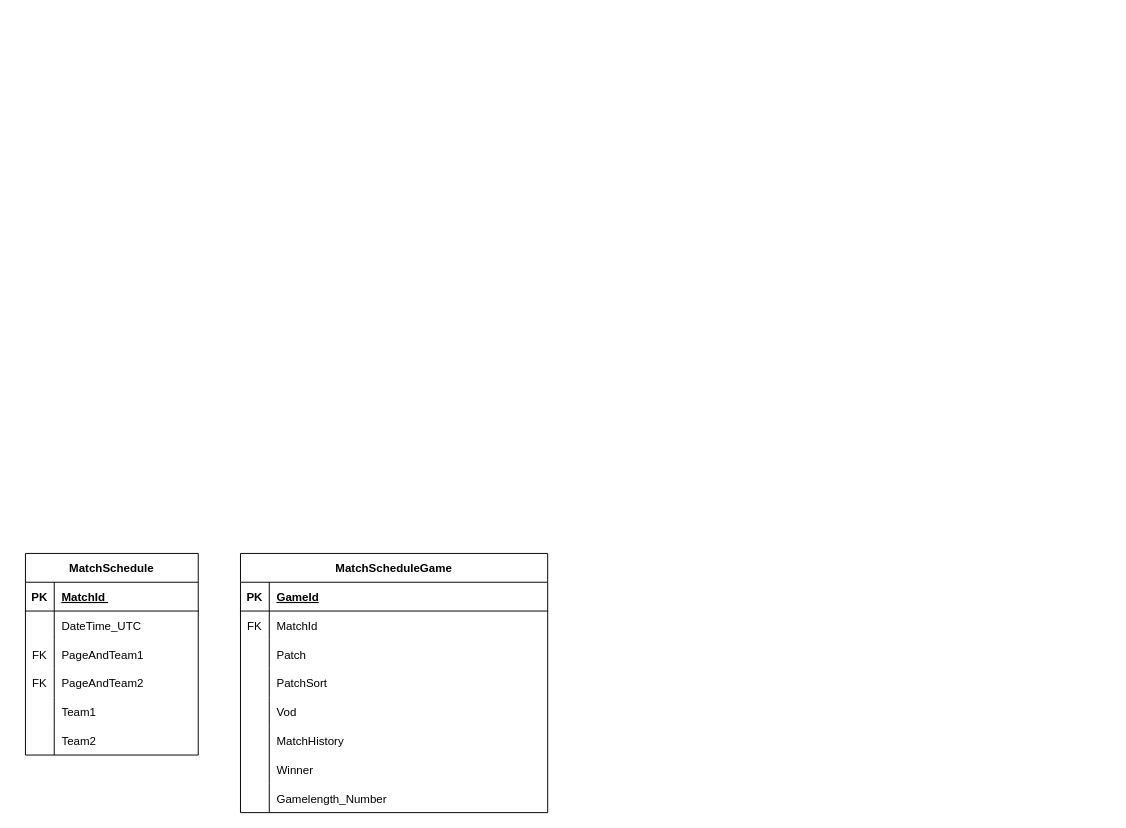
EderReisS/API_LoL keeps this draw.io diagram as Untitled Diagram.drawio. Above is the earlier version. Source tidied: cells renumbered, new cells numbered last; positions are measured from the earlier drawing's top-left corner, leaving out a move shared by most shapes. Both pictures are drawn from the tidied source at 96%, with x=0, y=0 at pixel (25, 553).
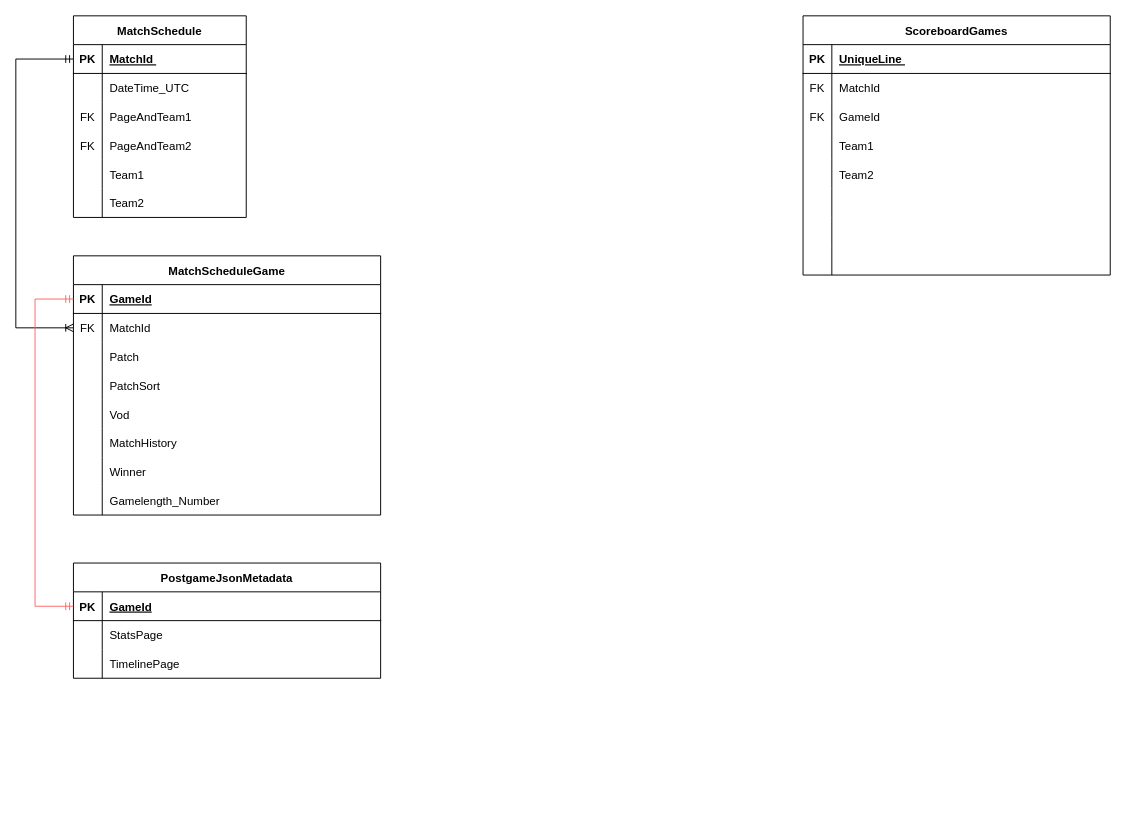
Above is the later version.

Commit message:
APILOL_dashboard

Unchanged cells that the change refers to:
```xml
<mxCell id="3" style="shape=tableRow;horizontal=0;startSize=0;swimlaneHead=0;swimlaneBody=0;fillColor=none;points=[[0,0.5],[1,0.5]];portConstraint=eastwest;top=0;left=0;right=0;bottom=1;" parent="2" vertex="1">
  <mxGeometry y="30" width="180" height="30" as="geometry" />
</mxCell>
<mxCell id="22" style="shape=tableRow;horizontal=0;startSize=0;swimlaneHead=0;swimlaneBody=0;fillColor=none;points=[[0,0.5],[1,0.5]];portConstraint=eastwest;top=0;left=0;right=0;bottom=1;" parent="21" vertex="1">
  <mxGeometry y="30" width="320" height="30" as="geometry" />
</mxCell>
<mxCell id="25" style="shape=tableRow;horizontal=0;startSize=0;swimlaneHead=0;swimlaneBody=0;fillColor=none;points=[[0,0.5],[1,0.5]];portConstraint=eastwest;top=0;left=0;right=0;bottom=0;" parent="21" vertex="1">
  <mxGeometry y="60" width="320" height="30" as="geometry" />
</mxCell>
```

Diff of the diagram source:
```diff
@@
     <mxCell id="2" value="MatchSchedule" style="shape=table;startSize=30;childLayout=tableLayout;rowLines=0;fontStyle=1;align=center;" parent="1" vertex="1">
-      <mxGeometry width="180" height="210" as="geometry" />
+      <mxGeometry x="50" y="-560" width="180" height="210" as="geometry" />
     </mxCell>
@@
     <mxCell id="21" value="MatchScheduleGame" style="shape=table;startSize=30;childLayout=tableLayout;rowLines=0;fontStyle=1;align=center;" parent="1" vertex="1">
-      <mxGeometry x="224" width="320" height="270" as="geometry" />
+      <mxGeometry x="50" y="-310" width="320" height="270" as="geometry" />
     </mxCell>
@@
+    <mxCell id="46" value="PostgameJsonMetadata" style="shape=table;startSize=30;childLayout=tableLayout;rowLines=0;fontStyle=1;align=center;" parent="1" vertex="1">
+      <mxGeometry x="50" y="10" width="320" height="120" as="geometry" />
+    </mxCell>
+    <mxCell id="47" style="shape=tableRow;horizontal=0;startSize=0;swimlaneHead=0;swimlaneBody=0;fillColor=none;points=[[0,0.5],[1,0.5]];portConstraint=eastwest;top=0;left=0;right=0;bottom=1;" parent="46" vertex="1">
+      <mxGeometry y="30" width="320" height="30" as="geometry" />
+    </mxCell>
+    <mxCell id="48" value="PK" style="shape=partialRectangle;fillColor=none;top=0;left=0;bottom=0;right=0;fontStyle=1;overflow=hidden;" parent="47" vertex="1">
+      <mxGeometry width="30" height="30" as="geometry" />
+    </mxCell>
+    <mxCell id="49" value="GameId" style="shape=partialRectangle;fillColor=none;top=0;left=0;bottom=0;right=0;align=left;spacingLeft=6;fontStyle=5;overflow=hidden;" parent="47" vertex="1">
+      <mxGeometry x="30" width="290" height="30" as="geometry" />
+    </mxCell>
+    <mxCell id="50" style="shape=tableRow;horizontal=0;startSize=0;swimlaneHead=0;swimlaneBody=0;fillColor=none;top=0;left=0;right=0;bottom=0;" parent="46" vertex="1">
+      <mxGeometry y="60" width="320" height="30" as="geometry" />
+    </mxCell>
+    <mxCell id="51" style="shape=partialRectangle;fillColor=none;top=0;left=0;bottom=0;right=0;overflow=hidden;" parent="50" vertex="1">
+      <mxGeometry width="30" height="30" as="geometry" />
+    </mxCell>
+    <mxCell id="52" value="StatsPage " style="shape=partialRectangle;fillColor=none;top=0;left=0;bottom=0;right=0;align=left;spacingLeft=6;overflow=hidden;" parent="50" vertex="1">
+      <mxGeometry x="30" width="290" height="30" as="geometry" />
+    </mxCell>
+    <mxCell id="53" style="shape=tableRow;horizontal=0;startSize=0;swimlaneHead=0;swimlaneBody=0;fillColor=none;top=0;left=0;right=0;bottom=0;" parent="46" vertex="1">
+      <mxGeometry y="90" width="320" height="30" as="geometry" />
+    </mxCell>
+    <mxCell id="54" style="shape=partialRectangle;fillColor=none;top=0;left=0;bottom=0;right=0;overflow=hidden;" parent="53" vertex="1">
+      <mxGeometry width="30" height="30" as="geometry" />
+    </mxCell>
+    <mxCell id="55" value="TimelinePage " style="shape=partialRectangle;fillColor=none;top=0;left=0;bottom=0;right=0;align=left;spacingLeft=6;overflow=hidden;" parent="53" vertex="1">
+      <mxGeometry x="30" width="290" height="30" as="geometry" />
+    </mxCell>
+    <mxCell id="56" style="edgeStyle=orthogonalEdgeStyle;fontSize=12;html=1;endArrow=ERoneToMany;startArrow=ERmandOne;rounded=0;entryX=0;entryY=0.5;entryDx=0;entryDy=0;exitX=0;exitY=0.5;exitDx=0;exitDy=0;elbow=vertical;" parent="1" edge="1" source="3" target="25">
+      <mxGeometry relative="1" as="geometry">
+        <Array as="points">
+          <mxPoint x="-10" y="-515" />
+          <mxPoint x="-10" y="-235" />
+        </Array>
+      </mxGeometry>
+    </mxCell>
+    <mxCell id="57" style="edgeStyle=orthogonalEdgeStyle;fontSize=12;html=1;endArrow=ERmandOne;startArrow=ERmandOne;rounded=0;elbow=vertical;entryX=0;entryY=0.5;entryDx=0;entryDy=0;exitX=0;exitY=0.5;exitDx=0;exitDy=0;strokeColor=#FF6666;" parent="1" edge="1" source="47" target="22">
+      <mxGeometry relative="1" as="geometry">
+        <Array as="points">
+          <mxPoint x="10" y="55" />
+          <mxPoint x="10" y="-265" />
+        </Array>
+      </mxGeometry>
+    </mxCell>
+    <mxCell id="58" value="ScoreboardGames" style="shape=table;startSize=30;childLayout=tableLayout;rowLines=0;fontStyle=1;align=center;" parent="1" vertex="1">
+      <mxGeometry x="810" y="-560" width="320" height="270" as="geometry" />
+    </mxCell>
+    <mxCell id="59" style="shape=tableRow;horizontal=0;startSize=0;swimlaneHead=0;swimlaneBody=0;fillColor=none;top=0;left=0;right=0;bottom=1;" parent="58" vertex="1">
+      <mxGeometry y="30" width="320" height="30" as="geometry" />
+    </mxCell>
+    <mxCell id="60" value="PK" style="shape=partialRectangle;fillColor=none;top=0;left=0;bottom=0;right=0;fontStyle=1;overflow=hidden;" parent="59" vertex="1">
+      <mxGeometry width="30" height="30" as="geometry" />
+    </mxCell>
+    <mxCell id="61" value="UniqueLine " style="shape=partialRectangle;fillColor=none;top=0;left=0;bottom=0;right=0;align=left;spacingLeft=6;fontStyle=5;overflow=hidden;" parent="59" vertex="1">
+      <mxGeometry x="30" width="290" height="30" as="geometry" />
+    </mxCell>
+    <mxCell id="62" style="shape=tableRow;horizontal=0;startSize=0;swimlaneHead=0;swimlaneBody=0;fillColor=none;top=0;left=0;right=0;bottom=0;" parent="58" vertex="1">
+      <mxGeometry y="60" width="320" height="30" as="geometry" />
+    </mxCell>
+    <mxCell id="63" value="FK" style="shape=partialRectangle;fillColor=none;top=0;left=0;bottom=0;right=0;overflow=hidden;" parent="62" vertex="1">
+      <mxGeometry width="30" height="30" as="geometry" />
+    </mxCell>
+    <mxCell id="64" value="MatchId" style="shape=partialRectangle;fillColor=none;top=0;left=0;bottom=0;right=0;align=left;spacingLeft=6;overflow=hidden;" parent="62" vertex="1">
+      <mxGeometry x="30" width="290" height="30" as="geometry" />
+    </mxCell>
+    <mxCell id="65" style="shape=tableRow;horizontal=0;startSize=0;swimlaneHead=0;swimlaneBody=0;fillColor=none;top=0;left=0;right=0;bottom=0;" parent="58" vertex="1">
+      <mxGeometry y="90" width="320" height="30" as="geometry" />
+    </mxCell>
+    <mxCell id="66" value="FK" style="shape=partialRectangle;fillColor=none;top=0;left=0;bottom=0;right=0;overflow=hidden;" parent="65" vertex="1">
+      <mxGeometry width="30" height="30" as="geometry" />
+    </mxCell>
+    <mxCell id="67" value="GameId " style="shape=partialRectangle;fillColor=none;top=0;left=0;bottom=0;right=0;align=left;spacingLeft=6;overflow=hidden;" parent="65" vertex="1">
+      <mxGeometry x="30" width="290" height="30" as="geometry" />
+    </mxCell>
+    <mxCell id="68" style="shape=tableRow;horizontal=0;startSize=0;swimlaneHead=0;swimlaneBody=0;fillColor=none;top=0;left=0;right=0;bottom=0;" parent="58" vertex="1">
+      <mxGeometry y="120" width="320" height="30" as="geometry" />
+    </mxCell>
+    <mxCell id="69" style="shape=partialRectangle;fillColor=none;top=0;left=0;bottom=0;right=0;overflow=hidden;" parent="68" vertex="1">
+      <mxGeometry width="30" height="30" as="geometry" />
+    </mxCell>
+    <mxCell id="70" value="Team1" style="shape=partialRectangle;fillColor=none;top=0;left=0;bottom=0;right=0;align=left;spacingLeft=6;overflow=hidden;" parent="68" vertex="1">
+      <mxGeometry x="30" width="290" height="30" as="geometry" />
+    </mxCell>
+    <mxCell id="71" style="shape=tableRow;horizontal=0;startSize=0;swimlaneHead=0;swimlaneBody=0;fillColor=none;top=0;left=0;right=0;bottom=0;" parent="58" vertex="1">
+      <mxGeometry y="150" width="320" height="30" as="geometry" />
+    </mxCell>
+    <mxCell id="72" style="shape=partialRectangle;fillColor=none;top=0;left=0;bottom=0;right=0;overflow=hidden;" parent="71" vertex="1">
+      <mxGeometry width="30" height="30" as="geometry" />
+    </mxCell>
+    <mxCell id="73" value="Team2" style="shape=partialRectangle;fillColor=none;top=0;left=0;bottom=0;right=0;align=left;spacingLeft=6;overflow=hidden;" parent="71" vertex="1">
+      <mxGeometry x="30" width="290" height="30" as="geometry" />
+    </mxCell>
+    <mxCell id="74" style="shape=tableRow;horizontal=0;startSize=0;swimlaneHead=0;swimlaneBody=0;fillColor=none;top=0;left=0;right=0;bottom=0;" parent="58" vertex="1">
+      <mxGeometry y="180" width="320" height="30" as="geometry" />
+    </mxCell>
+    <mxCell id="75" style="shape=partialRectangle;fillColor=none;top=0;left=0;bottom=0;right=0;overflow=hidden;" parent="74" vertex="1">
+      <mxGeometry width="30" height="30" as="geometry" />
+    </mxCell>
+    <mxCell id="76" style="shape=partialRectangle;fillColor=none;top=0;left=0;bottom=0;right=0;align=left;spacingLeft=6;overflow=hidden;" parent="74" vertex="1">
+      <mxGeometry x="30" width="290" height="30" as="geometry" />
+    </mxCell>
+    <mxCell id="77" style="shape=tableRow;horizontal=0;startSize=0;swimlaneHead=0;swimlaneBody=0;fillColor=none;top=0;left=0;right=0;bottom=0;" parent="58" vertex="1">
+      <mxGeometry y="210" width="320" height="30" as="geometry" />
+    </mxCell>
+    <mxCell id="78" style="shape=partialRectangle;fillColor=none;top=0;left=0;bottom=0;right=0;overflow=hidden;" parent="77" vertex="1">
+      <mxGeometry width="30" height="30" as="geometry" />
+    </mxCell>
+    <mxCell id="79" style="shape=partialRectangle;fillColor=none;top=0;left=0;bottom=0;right=0;align=left;spacingLeft=6;overflow=hidden;" parent="77" vertex="1">
+      <mxGeometry x="30" width="290" height="30" as="geometry" />
+    </mxCell>
+    <mxCell id="80" style="shape=tableRow;horizontal=0;startSize=0;swimlaneHead=0;swimlaneBody=0;fillColor=none;top=0;left=0;right=0;bottom=0;" parent="58" vertex="1">
+      <mxGeometry y="240" width="320" height="30" as="geometry" />
+    </mxCell>
+    <mxCell id="81" style="shape=partialRectangle;fillColor=none;top=0;left=0;bottom=0;right=0;overflow=hidden;" parent="80" vertex="1">
+      <mxGeometry width="30" height="30" as="geometry" />
+    </mxCell>
+    <mxCell id="82" style="shape=partialRectangle;fillColor=none;top=0;left=0;bottom=0;right=0;align=left;spacingLeft=6;overflow=hidden;" parent="80" vertex="1">
+      <mxGeometry x="30" width="290" height="30" as="geometry" />
+    </mxCell>
```
